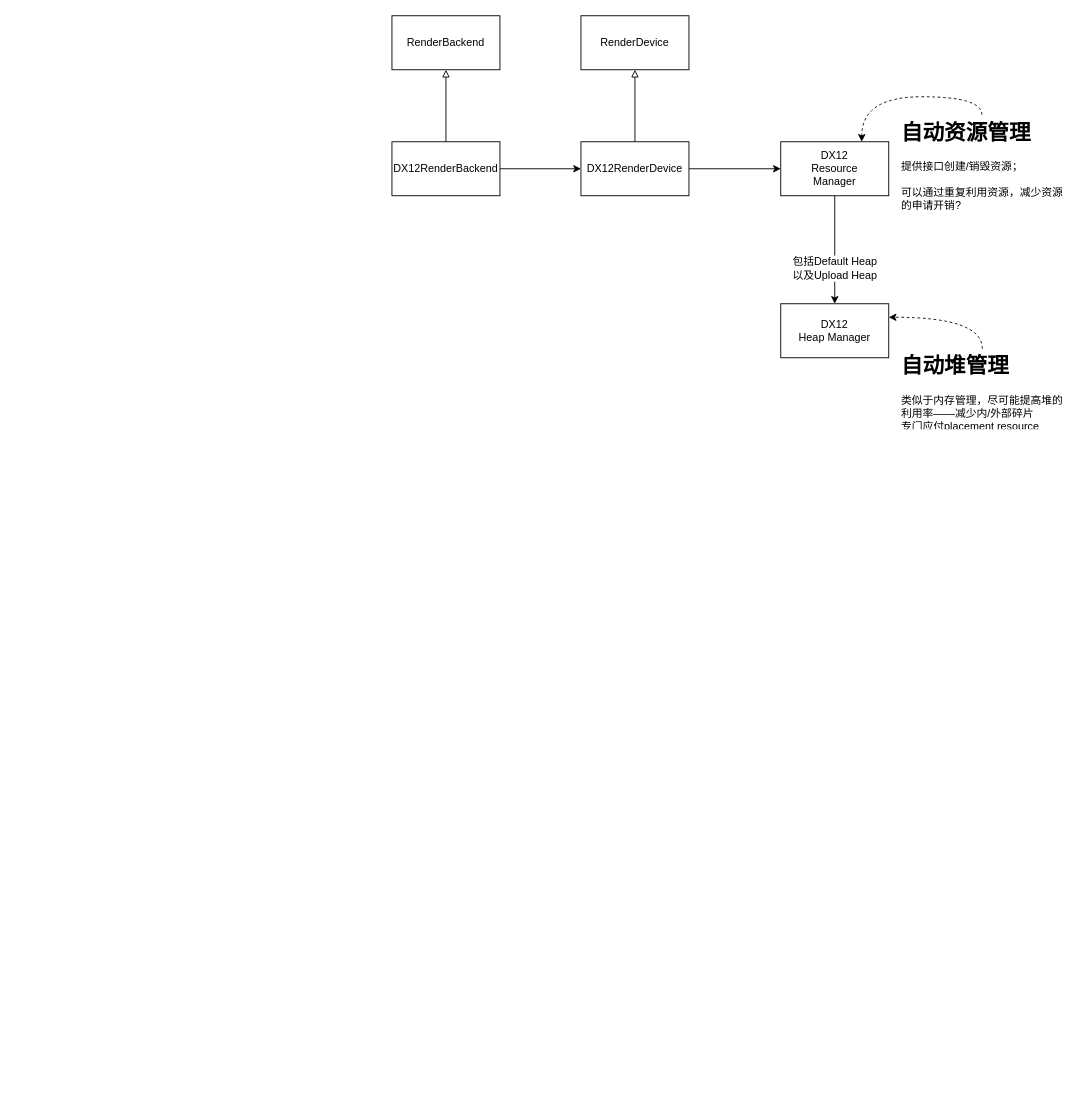
The draw.io diagram page "DX12Implementation" (2 of 2) of doc/SystemArchitecture.dio in lolanto/UnknownVision, before the edit. Source tidied: cells renumbered, new cells numbered last; positions are measured from the earlier drawing's top-left corner, leaving out a move shared by most shapes. Both pictures are drawn from the tidied source at 90%, with x=0, y=0 at pixel (392, 15).
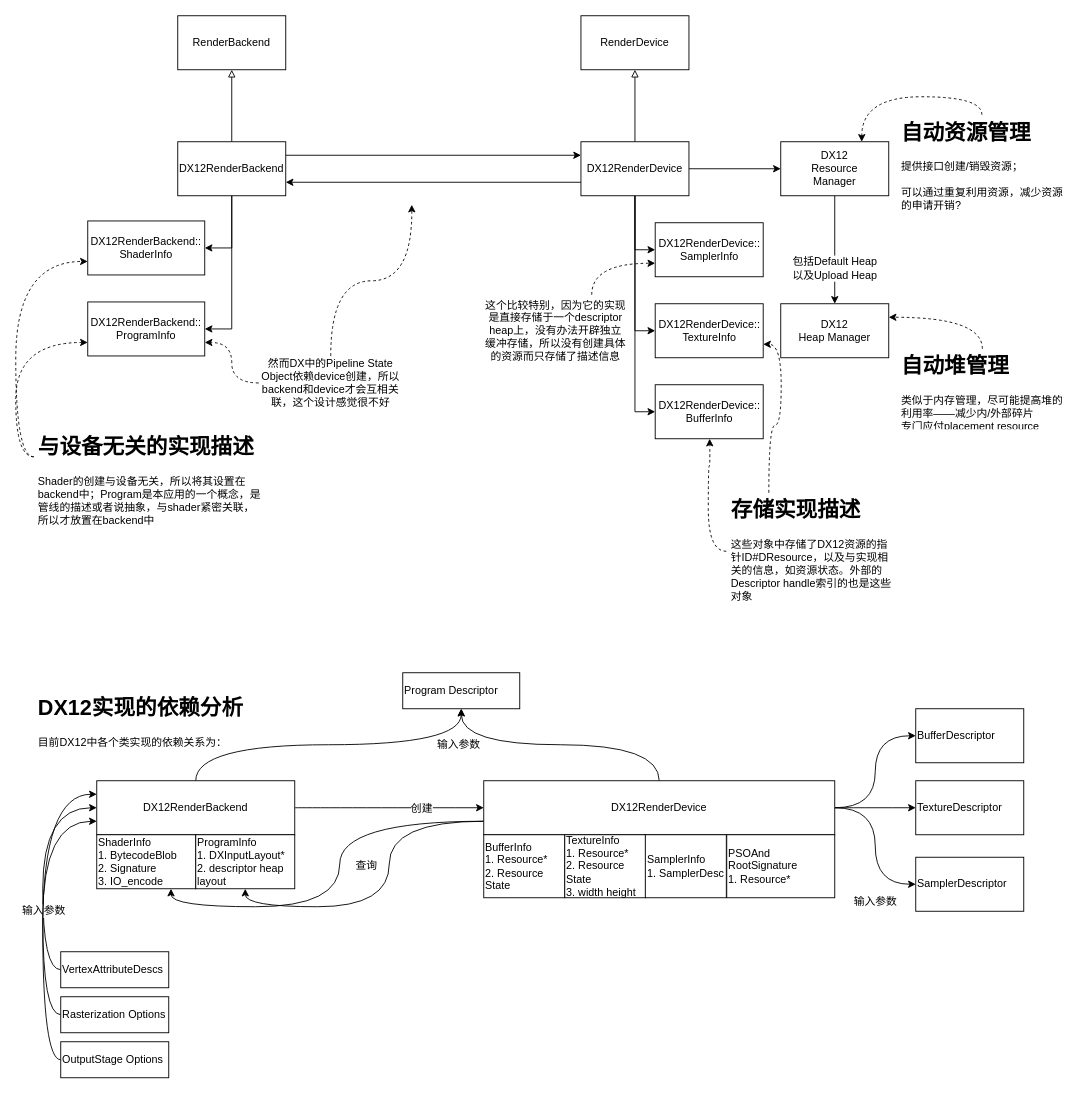
After the change.

The change refers to these unchanged cells:
```xml
<mxCell id="6" value="DX12RenderDevice" style="rounded=0;whiteSpace=wrap;html=1;align=center;" parent="1" vertex="1">
  <mxGeometry x="210" y="140" width="120" height="60" as="geometry" />
</mxCell>
```

Diff of the diagram source:
```diff
@@
     <mxCell id="2" value="RenderBackend" style="rounded=0;whiteSpace=wrap;html=1;" parent="1" vertex="1">
-      <mxGeometry width="120" height="60" as="geometry" />
+      <mxGeometry x="-238" width="120" height="60" as="geometry" />
     </mxCell>
@@
+    <mxCell id="18" style="edgeStyle=orthogonalEdgeStyle;rounded=0;jettySize=auto;html=1;exitX=0.5;exitY=1;exitDx=0;exitDy=0;entryX=0;entryY=0.5;entryDx=0;entryDy=0;" parent="1" edge="1" source="6" target="26">
+      <mxGeometry relative="1" as="geometry" />
+    </mxCell>
+    <mxCell id="19" style="edgeStyle=orthogonalEdgeStyle;rounded=0;jettySize=auto;html=1;exitX=0.5;exitY=1;exitDx=0;exitDy=0;entryX=0;entryY=0.5;entryDx=0;entryDy=0;" parent="1" edge="1" source="6" target="25">
+      <mxGeometry relative="1" as="geometry" />
+    </mxCell>
+    <mxCell id="20" style="edgeStyle=orthogonalEdgeStyle;rounded=0;jettySize=auto;html=1;exitX=0.5;exitY=1;exitDx=0;exitDy=0;entryX=0;entryY=0.5;entryDx=0;entryDy=0;" parent="1" edge="1" source="6" target="24">
+      <mxGeometry relative="1" as="geometry" />
+    </mxCell>
+    <mxCell id="21" style="rounded=0;jettySize=auto;html=1;exitX=0;exitY=0.75;exitDx=0;exitDy=0;entryX=1;entryY=0.75;entryDx=0;entryDy=0;" parent="1" edge="1" source="6" target="9">
+      <mxGeometry relative="1" as="geometry" />
+    </mxCell>
@@
+    <mxCell id="22" style="edgeStyle=orthogonalEdgeStyle;rounded=0;jettySize=auto;html=1;exitX=0.5;exitY=1;exitDx=0;exitDy=0;entryX=1;entryY=0.5;entryDx=0;entryDy=0;" parent="1" edge="1" source="9" target="32">
+      <mxGeometry relative="1" as="geometry" />
+    </mxCell>
+    <mxCell id="23" style="edgeStyle=orthogonalEdgeStyle;rounded=0;jettySize=auto;html=1;exitX=0.5;exitY=1;exitDx=0;exitDy=0;entryX=1;entryY=0.5;entryDx=0;entryDy=0;" parent="1" edge="1" source="9" target="33">
+      <mxGeometry relative="1" as="geometry" />
+    </mxCell>
-    <mxCell id="8" style="edgeStyle=orthogonalEdgeStyle;rounded=0;jettySize=auto;html=1;exitX=1;exitY=0.5;exitDx=0;exitDy=0;entryX=0;entryY=0.5;entryDx=0;entryDy=0;endArrow=classic;endFill=1;" parent="1" edge="1" source="9" target="6">
+    <mxCell id="8" style="rounded=0;jettySize=auto;html=1;exitX=1;exitY=0.25;exitDx=0;exitDy=0;entryX=0;entryY=0.25;entryDx=0;entryDy=0;" parent="1" edge="1" source="9" target="6">
       <mxGeometry relative="1" as="geometry" />
     </mxCell>
     <mxCell id="9" value="DX12RenderBackend" style="rounded=0;whiteSpace=wrap;html=1;align=center;" parent="1" vertex="1">
-      <mxGeometry y="140" width="120" height="60" as="geometry" />
+      <mxGeometry x="-238" y="140" width="120" height="60" as="geometry" />
     </mxCell>
@@
+    <mxCell id="24" value="DX12RenderDevice::&lt;br&gt;BufferInfo" style="rounded=0;whiteSpace=wrap;html=1;" parent="1" vertex="1">
+      <mxGeometry x="292.5" y="410" width="120" height="60" as="geometry" />
+    </mxCell>
+    <mxCell id="25" value="DX12RenderDevice::&lt;br&gt;TextureInfo" style="rounded=0;whiteSpace=wrap;html=1;" parent="1" vertex="1">
+      <mxGeometry x="292.5" y="320" width="120" height="60" as="geometry" />
+    </mxCell>
+    <mxCell id="26" value="DX12RenderDevice::&lt;br&gt;SamplerInfo" style="rounded=0;whiteSpace=wrap;html=1;" parent="1" vertex="1">
+      <mxGeometry x="292.5" y="230" width="120" height="60" as="geometry" />
+    </mxCell>
+    <mxCell id="27" style="edgeStyle=orthogonalEdgeStyle;rounded=0;jettySize=auto;html=1;exitX=0;exitY=0.5;exitDx=0;exitDy=0;curved=1;dashed=1;" parent="1" edge="1" source="29">
+      <mxGeometry relative="1" as="geometry">
+        <mxPoint x="353" y="470" as="targetPoint" />
+      </mxGeometry>
+    </mxCell>
+    <mxCell id="28" style="edgeStyle=orthogonalEdgeStyle;curved=1;rounded=0;jettySize=auto;html=1;exitX=0.25;exitY=0;exitDx=0;exitDy=0;entryX=1;entryY=0.75;entryDx=0;entryDy=0;dashed=1;" parent="1" edge="1" source="29" target="25">
+      <mxGeometry relative="1" as="geometry" />
+    </mxCell>
+    <mxCell id="29" value="&lt;h1&gt;存储实现描述&lt;/h1&gt;&lt;p&gt;这些对象中存储了DX12资源的指针ID#DResource，以及与实现相关的信息，如资源状态。外部的Descriptor handle索引的也是这些对象&lt;/p&gt;" style="text;html=1;strokeColor=none;fillColor=none;spacing=5;spacingTop=-20;whiteSpace=wrap;overflow=hidden;rounded=0;" parent="1" vertex="1">
+      <mxGeometry x="371.5" y="530" width="189" height="130" as="geometry" />
+    </mxCell>
+    <mxCell id="30" style="edgeStyle=orthogonalEdgeStyle;curved=1;rounded=0;jettySize=auto;html=1;exitX=0.75;exitY=0;exitDx=0;exitDy=0;entryX=0;entryY=0.75;entryDx=0;entryDy=0;dashed=1;" parent="1" edge="1" source="31" target="26">
+      <mxGeometry relative="1" as="geometry" />
+    </mxCell>
+    <mxCell id="31" value="这个比较特别，因为它的实现是直接存储于一个descriptor heap上，没有办法开辟独立缓冲存储，所以没有创建具体的资源而只存储了描述信息" style="text;html=1;strokeColor=none;fillColor=none;align=center;verticalAlign=middle;whiteSpace=wrap;rounded=0;" parent="1" vertex="1">
+      <mxGeometry x="102" y="310" width="160" height="80" as="geometry" />
+    </mxCell>
+    <mxCell id="32" value="DX12RenderBackend::&lt;br&gt;ShaderInfo" style="rounded=0;whiteSpace=wrap;html=1;" parent="1" vertex="1">
+      <mxGeometry x="-338" y="228" width="130" height="60" as="geometry" />
+    </mxCell>
+    <mxCell id="33" value="DX12RenderBackend::&lt;br&gt;ProgramInfo" style="rounded=0;whiteSpace=wrap;html=1;" parent="1" vertex="1">
+      <mxGeometry x="-338" y="318" width="130" height="60" as="geometry" />
+    </mxCell>
+    <mxCell id="34" style="edgeStyle=orthogonalEdgeStyle;rounded=0;jettySize=auto;html=1;exitX=0;exitY=0.25;exitDx=0;exitDy=0;entryX=0;entryY=0.75;entryDx=0;entryDy=0;dashed=1;curved=1;" parent="1" edge="1" source="36" target="33">
+      <mxGeometry relative="1" as="geometry" />
+    </mxCell>
+    <mxCell id="35" style="edgeStyle=orthogonalEdgeStyle;curved=1;rounded=0;jettySize=auto;html=1;exitX=0;exitY=0.25;exitDx=0;exitDy=0;entryX=0;entryY=0.75;entryDx=0;entryDy=0;dashed=1;" parent="1" edge="1" source="36" target="32">
+      <mxGeometry relative="1" as="geometry" />
+    </mxCell>
+    <mxCell id="36" value="&lt;h1&gt;与设备无关的实现描述&lt;/h1&gt;&lt;p&gt;Shader的创建与设备无关，所以将其设置在backend中；Program是本应用的一个概念，是管线的描述或者说抽象，与shader紧密关联，所以才放置在backend中&lt;/p&gt;" style="text;html=1;strokeColor=none;fillColor=none;spacing=5;spacingTop=-20;whiteSpace=wrap;overflow=hidden;rounded=0;" parent="1" vertex="1">
+      <mxGeometry x="-398" y="460" width="260" height="120" as="geometry" />
+    </mxCell>
+    <mxCell id="37" style="edgeStyle=orthogonalEdgeStyle;curved=1;rounded=0;jettySize=auto;html=1;exitX=0;exitY=0.5;exitDx=0;exitDy=0;entryX=1;entryY=0.75;entryDx=0;entryDy=0;dashed=1;" parent="1" edge="1" source="39" target="33">
+      <mxGeometry relative="1" as="geometry" />
+    </mxCell>
+    <mxCell id="38" style="edgeStyle=orthogonalEdgeStyle;rounded=0;jettySize=auto;html=1;exitX=0.5;exitY=0;exitDx=0;exitDy=0;curved=1;dashed=1;" parent="1" edge="1" source="39">
+      <mxGeometry relative="1" as="geometry">
+        <mxPoint x="22" y="210" as="targetPoint" />
+      </mxGeometry>
+    </mxCell>
+    <mxCell id="39" value="然而DX中的Pipeline State Object依赖device创建，所以backend和device才会互相关联，这个设计感觉很不好" style="text;html=1;strokeColor=none;fillColor=none;align=center;verticalAlign=middle;whiteSpace=wrap;rounded=0;" parent="1" vertex="1">
+      <mxGeometry x="-148" y="378" width="160" height="60" as="geometry" />
+    </mxCell>
+    <mxCell id="40" value="&lt;h1&gt;DX12实现的依赖分析&lt;/h1&gt;&lt;p&gt;目前DX12中各个类实现的依赖关系为：&lt;/p&gt;" style="text;html=1;strokeColor=none;fillColor=none;spacing=5;spacingTop=-20;whiteSpace=wrap;overflow=hidden;rounded=0;dashed=1;align=left;" parent="1" vertex="1">
+      <mxGeometry x="-398" y="750" width="260" height="80" as="geometry" />
+    </mxCell>
+    <mxCell id="41" style="edgeStyle=orthogonalEdgeStyle;curved=1;rounded=0;jettySize=auto;html=1;exitX=1;exitY=0.5;exitDx=0;exitDy=0;entryX=0;entryY=0.5;entryDx=0;entryDy=0;" parent="1" edge="1" source="44" target="53">
+      <mxGeometry relative="1" as="geometry" />
+    </mxCell>
+    <mxCell id="42" value="创建" style="text;html=1;align=center;verticalAlign=middle;labelBackgroundColor=#ffffff;" parent="41" vertex="1">
+      <mxGeometry x="0.33" relative="1" as="geometry" />
+    </mxCell>
+    <mxCell id="43" style="edgeStyle=orthogonalEdgeStyle;curved=1;rounded=0;jettySize=auto;html=1;exitX=0.5;exitY=0;exitDx=0;exitDy=0;entryX=0.5;entryY=1;entryDx=0;entryDy=0;" parent="1" edge="1" source="44" target="63">
+      <mxGeometry relative="1" as="geometry" />
+    </mxCell>
+    <mxCell id="44" value="DX12RenderBackend" style="rounded=0;whiteSpace=wrap;html=1;align=center;" parent="1" vertex="1">
+      <mxGeometry x="-328" y="850" width="220" height="60" as="geometry" />
+    </mxCell>
+    <mxCell id="45" value="ShaderInfo&lt;br&gt;1. BytecodeBlob&lt;br&gt;2. Signature&lt;br&gt;3. IO_encode" style="rounded=0;whiteSpace=wrap;html=1;strokeColor=#000000;fillColor=#ffffff;gradientColor=none;align=left;" parent="1" vertex="1">
+      <mxGeometry x="-328" y="910" width="110" height="60" as="geometry" />
+    </mxCell>
+    <mxCell id="46" value="ProgramInfo&lt;br&gt;1. DXInputLayout*&lt;br&gt;2. descriptor heap layout" style="rounded=0;whiteSpace=wrap;html=1;strokeColor=#000000;fillColor=#ffffff;gradientColor=none;align=left;" parent="1" vertex="1">
+      <mxGeometry x="-218" y="910" width="110" height="60" as="geometry" />
+    </mxCell>
+    <mxCell id="47" style="edgeStyle=orthogonalEdgeStyle;curved=1;rounded=0;jettySize=auto;html=1;exitX=0;exitY=0.75;exitDx=0;exitDy=0;entryX=0.75;entryY=1;entryDx=0;entryDy=0;" parent="1" edge="1" source="53" target="45">
+      <mxGeometry relative="1" as="geometry" />
+    </mxCell>
+    <mxCell id="48" style="edgeStyle=orthogonalEdgeStyle;curved=1;rounded=0;jettySize=auto;html=1;exitX=0;exitY=0.75;exitDx=0;exitDy=0;entryX=0.5;entryY=1;entryDx=0;entryDy=0;" parent="1" edge="1" source="53" target="46">
+      <mxGeometry relative="1" as="geometry" />
+    </mxCell>
+    <mxCell id="49" style="edgeStyle=orthogonalEdgeStyle;curved=1;rounded=0;jettySize=auto;html=1;exitX=1;exitY=0.5;exitDx=0;exitDy=0;entryX=0;entryY=0.5;entryDx=0;entryDy=0;" parent="1" edge="1" source="53" target="59">
+      <mxGeometry relative="1" as="geometry" />
+    </mxCell>
+    <mxCell id="50" style="edgeStyle=orthogonalEdgeStyle;curved=1;rounded=0;jettySize=auto;html=1;exitX=1;exitY=0.5;exitDx=0;exitDy=0;entryX=0;entryY=0.5;entryDx=0;entryDy=0;" parent="1" edge="1" source="53" target="60">
+      <mxGeometry relative="1" as="geometry" />
+    </mxCell>
+    <mxCell id="51" style="edgeStyle=orthogonalEdgeStyle;curved=1;rounded=0;jettySize=auto;html=1;exitX=1;exitY=0.5;exitDx=0;exitDy=0;entryX=0;entryY=0.5;entryDx=0;entryDy=0;" parent="1" edge="1" source="53" target="61">
+      <mxGeometry relative="1" as="geometry" />
+    </mxCell>
+    <mxCell id="52" style="edgeStyle=orthogonalEdgeStyle;curved=1;rounded=0;jettySize=auto;html=1;exitX=0.5;exitY=0;exitDx=0;exitDy=0;entryX=0.5;entryY=1;entryDx=0;entryDy=0;" parent="1" edge="1" source="53" target="63">
+      <mxGeometry relative="1" as="geometry" />
+    </mxCell>
+    <mxCell id="53" value="DX12RenderDevice" style="rounded=0;whiteSpace=wrap;html=1;align=center;" parent="1" vertex="1">
+      <mxGeometry x="102" y="850" width="390" height="60" as="geometry" />
+    </mxCell>
+    <mxCell id="54" value="BufferInfo&lt;br&gt;1. Resource*&lt;br&gt;2. Resource State" style="rounded=0;whiteSpace=wrap;html=1;strokeColor=#000000;fillColor=#ffffff;gradientColor=none;align=left;" parent="1" vertex="1">
+      <mxGeometry x="102" y="910" width="90" height="70" as="geometry" />
+    </mxCell>
+    <mxCell id="55" value="TextureInfo&lt;br&gt;1. Resource*&lt;br&gt;2. Resource State&lt;br&gt;3. width height" style="rounded=0;whiteSpace=wrap;html=1;strokeColor=#000000;fillColor=#ffffff;gradientColor=none;align=left;" parent="1" vertex="1">
+      <mxGeometry x="192" y="910" width="90" height="70" as="geometry" />
+    </mxCell>
+    <mxCell id="56" value="SamplerInfo&lt;br&gt;1. SamplerDesc" style="rounded=0;whiteSpace=wrap;html=1;strokeColor=#000000;fillColor=#ffffff;gradientColor=none;align=left;" parent="1" vertex="1">
+      <mxGeometry x="281.5" y="910" width="90" height="70" as="geometry" />
+    </mxCell>
+    <mxCell id="57" value="PSOAnd&lt;br&gt;RootSignature&lt;br&gt;1. Resource*" style="rounded=0;whiteSpace=wrap;html=1;strokeColor=#000000;fillColor=#ffffff;gradientColor=none;align=left;" parent="1" vertex="1">
+      <mxGeometry x="372" y="910" width="120" height="70" as="geometry" />
+    </mxCell>
+    <mxCell id="58" value="查询" style="text;html=1;strokeColor=none;fillColor=none;align=center;verticalAlign=middle;whiteSpace=wrap;rounded=0;" parent="1" vertex="1">
+      <mxGeometry x="-48" y="935" width="40" height="20" as="geometry" />
+    </mxCell>
+    <mxCell id="59" value="BufferDescriptor" style="rounded=0;whiteSpace=wrap;html=1;strokeColor=#000000;fillColor=#ffffff;gradientColor=none;align=left;" parent="1" vertex="1">
+      <mxGeometry x="582" y="770" width="120" height="60" as="geometry" />
+    </mxCell>
+    <mxCell id="60" value="TextureDescriptor" style="rounded=0;whiteSpace=wrap;html=1;strokeColor=#000000;fillColor=#ffffff;gradientColor=none;align=left;" parent="1" vertex="1">
+      <mxGeometry x="582" y="850" width="120" height="60" as="geometry" />
+    </mxCell>
+    <mxCell id="61" value="SamplerDescriptor" style="rounded=0;whiteSpace=wrap;html=1;strokeColor=#000000;fillColor=#ffffff;gradientColor=none;align=left;" parent="1" vertex="1">
+      <mxGeometry x="582" y="935" width="120" height="60" as="geometry" />
+    </mxCell>
+    <mxCell id="62" value="输入参数" style="text;html=1;strokeColor=none;fillColor=none;align=center;verticalAlign=middle;whiteSpace=wrap;rounded=0;" parent="1" vertex="1">
+      <mxGeometry x="506.5" y="972.5" width="61" height="25" as="geometry" />
+    </mxCell>
+    <mxCell id="63" value="Program Descriptor" style="rounded=0;whiteSpace=wrap;html=1;strokeColor=#000000;fillColor=#ffffff;gradientColor=none;align=left;" parent="1" vertex="1">
+      <mxGeometry x="12" y="730" width="130" height="40" as="geometry" />
+    </mxCell>
+    <mxCell id="64" value="输入参数" style="text;html=1;strokeColor=none;fillColor=none;align=center;verticalAlign=middle;whiteSpace=wrap;rounded=0;" parent="1" vertex="1">
+      <mxGeometry x="47" y="800" width="55" height="20" as="geometry" />
+    </mxCell>
+    <mxCell id="65" style="edgeStyle=orthogonalEdgeStyle;curved=1;rounded=0;jettySize=auto;html=1;exitX=0;exitY=0.5;exitDx=0;exitDy=0;entryX=0;entryY=0.5;entryDx=0;entryDy=0;" parent="1" edge="1" source="67" target="44">
+      <mxGeometry relative="1" as="geometry" />
+    </mxCell>
+    <mxCell id="66" value="输入参数" style="text;html=1;align=center;verticalAlign=middle;labelBackgroundColor=#ffffff;" parent="65" vertex="1">
+      <mxGeometry x="-0.34" relative="1" as="geometry" />
+    </mxCell>
+    <mxCell id="67" value="VertexAttributeDescs" style="rounded=0;whiteSpace=wrap;html=1;strokeColor=#000000;fillColor=#ffffff;gradientColor=none;align=left;" parent="1" vertex="1">
+      <mxGeometry x="-368" y="1040" width="120" height="40" as="geometry" />
+    </mxCell>
+    <mxCell id="68" style="edgeStyle=orthogonalEdgeStyle;curved=1;rounded=0;jettySize=auto;html=1;exitX=0;exitY=0.5;exitDx=0;exitDy=0;entryX=0;entryY=0.75;entryDx=0;entryDy=0;" parent="1" edge="1" source="69" target="44">
+      <mxGeometry relative="1" as="geometry" />
+    </mxCell>
+    <mxCell id="69" value="Rasterization Options" style="rounded=0;whiteSpace=wrap;html=1;strokeColor=#000000;fillColor=#ffffff;gradientColor=none;align=left;" parent="1" vertex="1">
+      <mxGeometry x="-368" y="1090" width="120" height="40" as="geometry" />
+    </mxCell>
+    <mxCell id="70" style="edgeStyle=orthogonalEdgeStyle;curved=1;rounded=0;jettySize=auto;html=1;exitX=0;exitY=0.5;exitDx=0;exitDy=0;entryX=0;entryY=0.25;entryDx=0;entryDy=0;" parent="1" edge="1" source="71" target="44">
+      <mxGeometry relative="1" as="geometry" />
+    </mxCell>
+    <mxCell id="71" value="OutputStage Options" style="rounded=0;whiteSpace=wrap;html=1;strokeColor=#000000;fillColor=#ffffff;gradientColor=none;align=left;" parent="1" vertex="1">
+      <mxGeometry x="-368" y="1140" width="120" height="40" as="geometry" />
+    </mxCell>
```
